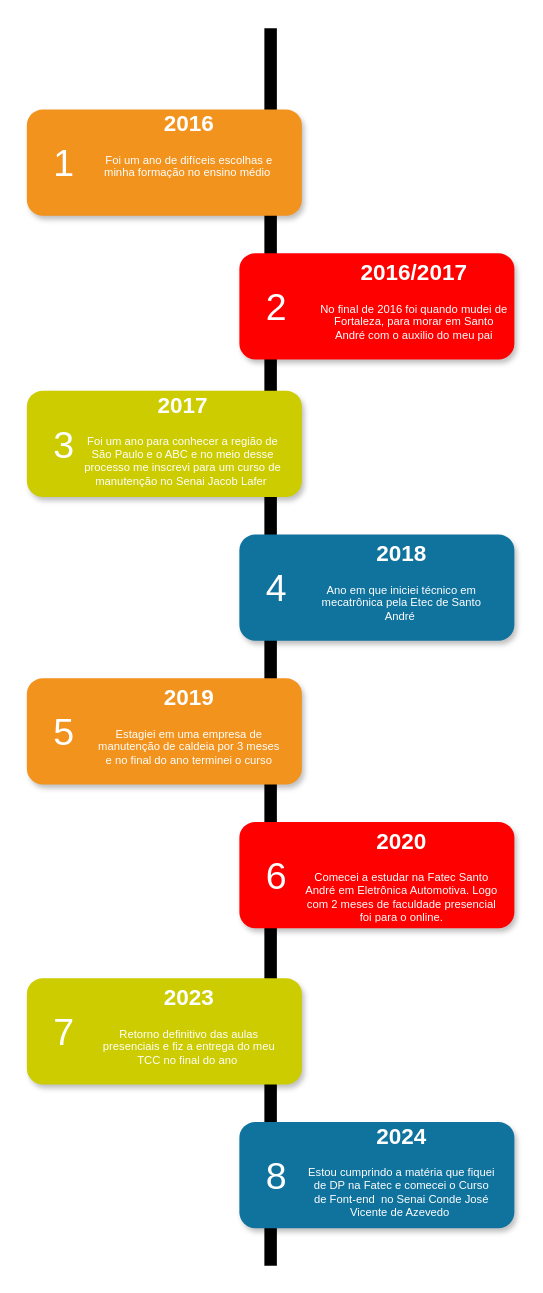
lucasaraujo014/draw_io keeps this draw.io diagram as Diagrama sem nome.drawio. Above is the earlier version. Source tidied: cells renumbered, new cells numbered last; positions are measured from the earlier drawing's top-left corner, leaving out a move shared by most shapes. Both pictures are drawn from the tidied source at 125%, with x=0, y=0 at pixel (26, 28).
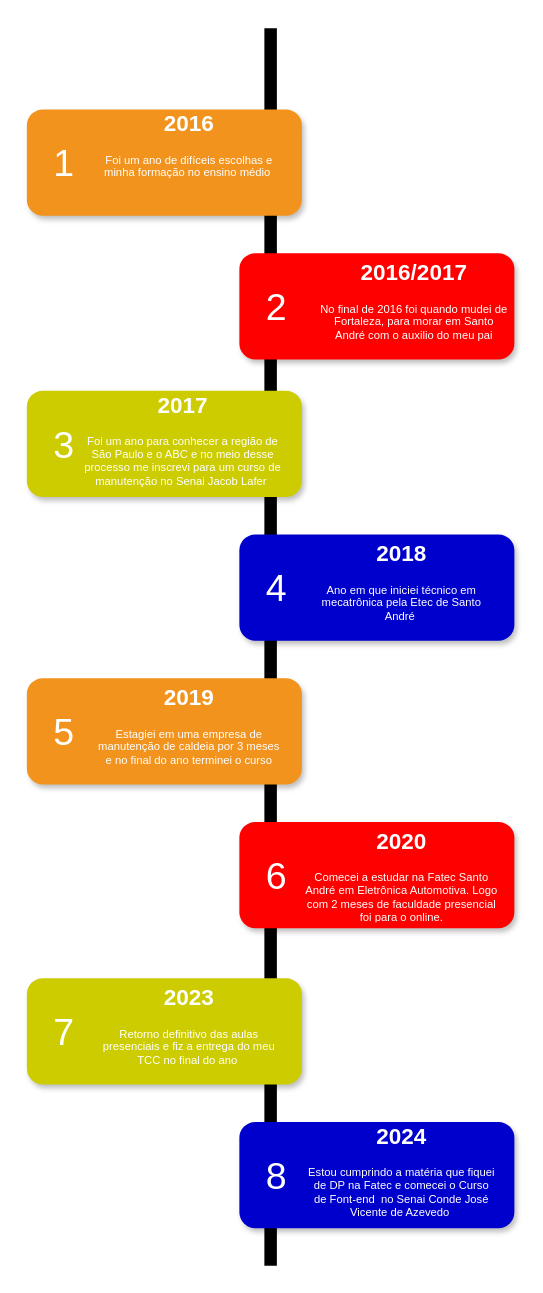
After the change.

Commit message:
linha_vida

Change to the diagram source:
```diff
@@
-    <mxCell id="9" style="rounded=1;whiteSpace=wrap;html=1;strokeColor=none;strokeWidth=1;fillColor=#10739E;fontSize=13;fontColor=#FFFFFF;align=center;gradientColor=none;gradientDirection=east;verticalAlign=top;shadow=1;" parent="1" vertex="1">
+    <mxCell id="9" style="rounded=1;whiteSpace=wrap;html=1;strokeColor=none;strokeWidth=1;fillColor=#0000CC;fontSize=13;fontColor=#FFFFFF;align=center;gradientColor=none;gradientDirection=east;verticalAlign=top;shadow=1;" parent="1" vertex="1">
       <mxGeometry x="170" y="405" width="220" height="85" as="geometry" />
     </mxCell>
@@
-    <mxCell id="17" style="rounded=1;whiteSpace=wrap;html=1;strokeColor=none;strokeWidth=1;fillColor=#10739E;fontSize=13;fontColor=#FFFFFF;align=center;gradientColor=none;gradientDirection=east;verticalAlign=top;shadow=1;" parent="1" vertex="1">
+    <mxCell id="17" style="rounded=1;whiteSpace=wrap;html=1;strokeColor=none;strokeWidth=1;fillColor=#0000CC;fontSize=13;fontColor=#FFFFFF;align=center;gradientColor=none;gradientDirection=east;verticalAlign=top;shadow=1;" parent="1" vertex="1">
       <mxGeometry x="170" y="875" width="220" height="85" as="geometry" />
     </mxCell>
```
